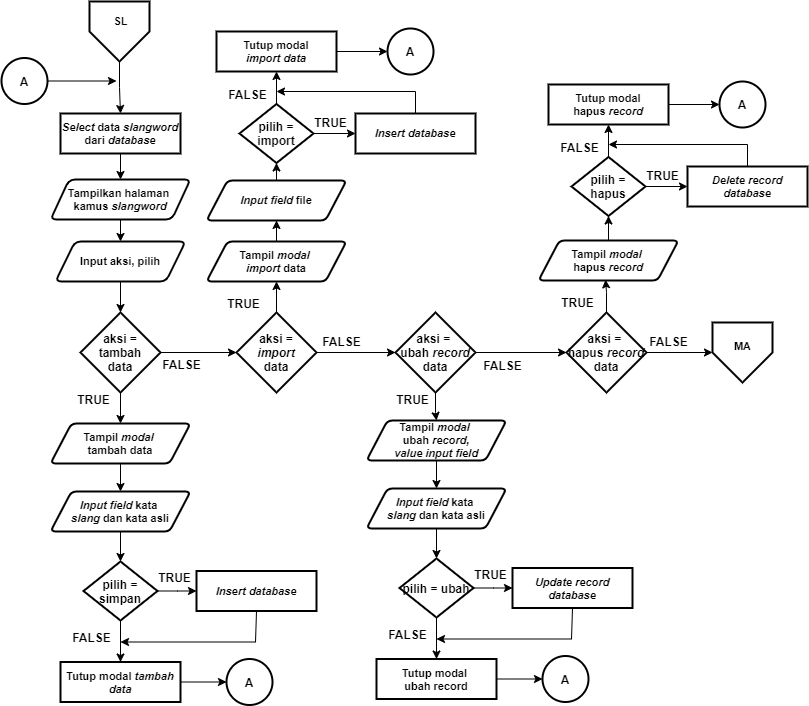
Earlier version of the draw.io export Dokumen TA/Paper/Flowchart/M4. Flowchart menu slangword.png (muspriandi/TextMining-SentimentAnalysis). Source tidied: cells renumbered, new cells last; positions are measured from the earlier drawing's top-left corner, leaving out a move shared by most shapes.
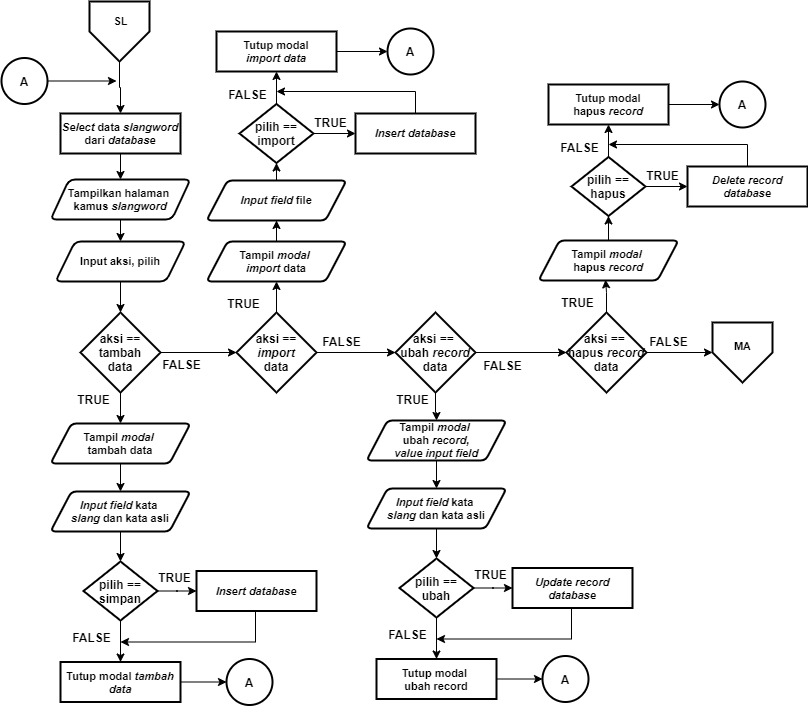
After the commit.

Change to the diagram source:
```diff
@@ -63,7 +63,7 @@
     <mxCell id="16" style="edgeStyle=orthogonalEdgeStyle;rounded=0;jettySize=auto;html=1;entryX=0;entryY=0.5;entryDx=0;entryDy=0;" parent="1" edge="1" source="17" target="20">
       <mxGeometry relative="1" as="geometry" />
     </mxCell>
-    <mxCell id="17" value="&lt;b&gt;&lt;font style=&quot;font-size: 12px&quot;&gt;aksi = tambah&lt;br&gt;data&lt;/font&gt;&lt;/b&gt;" style="rhombus;whiteSpace=wrap;html=1;strokeWidth=2;" parent="1" vertex="1">
+    <mxCell id="17" value="&lt;b&gt;&lt;font style=&quot;font-size: 12px&quot;&gt;aksi == tambah&lt;br&gt;data&lt;/font&gt;&lt;/b&gt;" style="rhombus;whiteSpace=wrap;html=1;strokeWidth=2;" parent="1" vertex="1">
       <mxGeometry x="79" y="311" width="80" height="80" as="geometry" />
     </mxCell>
     <mxCell id="18" style="edgeStyle=orthogonalEdgeStyle;rounded=0;jettySize=auto;html=1;entryX=0.5;entryY=1;entryDx=0;entryDy=0;" parent="1" edge="1" source="20" target="46">
@@ -72,7 +72,7 @@
     <mxCell id="19" style="edgeStyle=orthogonalEdgeStyle;rounded=0;jettySize=auto;html=1;" parent="1" edge="1" source="20" target="23">
       <mxGeometry relative="1" as="geometry" />
     </mxCell>
-    <mxCell id="20" value="&lt;b&gt;&lt;font style=&quot;font-size: 12px&quot;&gt;aksi =&lt;br&gt;&lt;i&gt;import&lt;/i&gt;&lt;br&gt;data&lt;br&gt;&lt;/font&gt;&lt;/b&gt;" style="rhombus;whiteSpace=wrap;html=1;strokeWidth=2;" parent="1" vertex="1">
+    <mxCell id="20" value="&lt;b&gt;&lt;font style=&quot;font-size: 12px&quot;&gt;aksi ==&lt;br&gt;&lt;i&gt;import&lt;/i&gt;&lt;br&gt;data&lt;br&gt;&lt;/font&gt;&lt;/b&gt;" style="rhombus;whiteSpace=wrap;html=1;strokeWidth=2;" parent="1" vertex="1">
       <mxGeometry x="235" y="311" width="80" height="80" as="geometry" />
     </mxCell>
     <mxCell id="21" style="edgeStyle=orthogonalEdgeStyle;rounded=0;jettySize=auto;html=1;" parent="1" edge="1" source="23" target="26">
@@ -81,7 +81,7 @@
     <mxCell id="22" style="edgeStyle=orthogonalEdgeStyle;rounded=0;jettySize=auto;html=1;entryX=0.5;entryY=0;entryDx=0;entryDy=0;" parent="1" edge="1" source="23" target="69">
       <mxGeometry relative="1" as="geometry" />
     </mxCell>
-    <mxCell id="23" value="&lt;b&gt;&lt;font style=&quot;font-size: 12px&quot;&gt;aksi = &lt;br&gt;ubah &lt;i&gt;record&lt;/i&gt;&lt;br&gt;data&lt;br&gt;&lt;/font&gt;&lt;/b&gt;" style="rhombus;whiteSpace=wrap;html=1;strokeWidth=2;" parent="1" vertex="1">
+    <mxCell id="23" value="&lt;b&gt;&lt;font style=&quot;font-size: 12px&quot;&gt;aksi == &lt;br&gt;ubah &lt;i&gt;record&lt;/i&gt;&lt;br&gt;data&lt;br&gt;&lt;/font&gt;&lt;/b&gt;" style="rhombus;whiteSpace=wrap;html=1;strokeWidth=2;" parent="1" vertex="1">
       <mxGeometry x="394" y="311" width="80" height="80" as="geometry" />
     </mxCell>
     <mxCell id="24" style="edgeStyle=orthogonalEdgeStyle;rounded=0;jettySize=auto;html=1;entryX=0;entryY=0.5;entryDx=0;entryDy=0;" parent="1" edge="1" source="26" target="11">
@@ -90,7 +90,7 @@
     <mxCell id="25" style="edgeStyle=orthogonalEdgeStyle;rounded=0;jettySize=auto;html=1;entryX=0.479;entryY=0.983;entryDx=0;entryDy=0;entryPerimeter=0;" parent="1" edge="1" source="26" target="78">
       <mxGeometry relative="1" as="geometry" />
     </mxCell>
-    <mxCell id="26" value="&lt;b&gt;&lt;font style=&quot;font-size: 12px&quot;&gt;aksi = &lt;br&gt;hapus &lt;i&gt;record&lt;/i&gt;&lt;br&gt;data&lt;br&gt;&lt;/font&gt;&lt;/b&gt;" style="rhombus;whiteSpace=wrap;html=1;strokeWidth=2;" parent="1" vertex="1">
+    <mxCell id="26" value="&lt;b&gt;&lt;font style=&quot;font-size: 12px&quot;&gt;aksi == &lt;br&gt;hapus &lt;i&gt;record&lt;/i&gt;&lt;br&gt;data&lt;br&gt;&lt;/font&gt;&lt;/b&gt;" style="rhombus;whiteSpace=wrap;html=1;strokeWidth=2;" parent="1" vertex="1">
       <mxGeometry x="565" y="311" width="80" height="80" as="geometry" />
     </mxCell>
     <mxCell id="27" style="edgeStyle=orthogonalEdgeStyle;rounded=0;jettySize=auto;html=1;exitX=0.5;exitY=1;exitDx=0;exitDy=0;" parent="1" edge="1" source="28">
@@ -116,7 +116,7 @@
     <mxCell id="32" style="edgeStyle=orthogonalEdgeStyle;rounded=0;jettySize=auto;html=1;entryX=0.5;entryY=0;entryDx=0;entryDy=0;" parent="1" edge="1" source="33" target="39">
       <mxGeometry relative="1" as="geometry" />
     </mxCell>
-    <mxCell id="33" value="&lt;b&gt;&lt;font style=&quot;font-size: 12px&quot;&gt;pilih = simpan&lt;/font&gt;&lt;/b&gt;" style="rhombus;whiteSpace=wrap;html=1;strokeWidth=2;" parent="1" vertex="1">
+    <mxCell id="33" value="&lt;b&gt;&lt;font style=&quot;font-size: 12px&quot;&gt;pilih == simpan&lt;/font&gt;&lt;/b&gt;" style="rhombus;whiteSpace=wrap;html=1;strokeWidth=2;" parent="1" vertex="1">
       <mxGeometry x="82" y="560" width="74" height="59" as="geometry" />
     </mxCell>
     <mxCell id="34" style="edgeStyle=orthogonalEdgeStyle;rounded=0;jettySize=auto;html=1;" parent="1" edge="1" source="35">
@@ -172,7 +172,7 @@
     <mxCell id="50" style="edgeStyle=orthogonalEdgeStyle;rounded=0;jettySize=auto;html=1;entryX=0.5;entryY=1;entryDx=0;entryDy=0;" parent="1" edge="1" source="51" target="55">
       <mxGeometry relative="1" as="geometry" />
     </mxCell>
-    <mxCell id="51" value="&lt;b&gt;&lt;font style=&quot;font-size: 12px&quot;&gt;pilih = import&lt;/font&gt;&lt;/b&gt;" style="rhombus;whiteSpace=wrap;html=1;strokeWidth=2;" parent="1" vertex="1">
+    <mxCell id="51" value="&lt;b&gt;&lt;font style=&quot;font-size: 12px&quot;&gt;pilih == import&lt;/font&gt;&lt;/b&gt;" style="rhombus;whiteSpace=wrap;html=1;strokeWidth=2;" parent="1" vertex="1">
       <mxGeometry x="238" y="102.5" width="74" height="59" as="geometry" />
     </mxCell>
     <mxCell id="52" style="edgeStyle=orthogonalEdgeStyle;rounded=0;jettySize=auto;html=1;" parent="1" edge="1" source="53">
@@ -231,7 +231,7 @@
     <mxCell id="66" style="edgeStyle=orthogonalEdgeStyle;rounded=0;jettySize=auto;html=1;entryX=0.5;entryY=0;entryDx=0;entryDy=0;" parent="1" edge="1" source="67" target="71">
       <mxGeometry relative="1" as="geometry" />
     </mxCell>
-    <mxCell id="67" value="&lt;b&gt;&lt;font style=&quot;font-size: 12px&quot;&gt;pilih = ubah&lt;/font&gt;&lt;/b&gt;" style="rhombus;whiteSpace=wrap;html=1;strokeWidth=2;" parent="1" vertex="1">
+    <mxCell id="67" value="&lt;b&gt;&lt;font style=&quot;font-size: 12px&quot;&gt;pilih == ubah&lt;/font&gt;&lt;/b&gt;" style="rhombus;whiteSpace=wrap;html=1;strokeWidth=2;" parent="1" vertex="1">
       <mxGeometry x="398" y="557" width="74" height="59" as="geometry" />
     </mxCell>
     <mxCell id="68" style="edgeStyle=orthogonalEdgeStyle;rounded=0;jettySize=auto;html=1;entryX=0.5;entryY=0;entryDx=0;entryDy=0;" parent="1" edge="1" source="69" target="64">
@@ -273,7 +273,7 @@
     <mxCell id="80" style="edgeStyle=orthogonalEdgeStyle;rounded=0;jettySize=auto;html=1;entryX=0.5;entryY=1;entryDx=0;entryDy=0;" parent="1" edge="1" source="81" target="85">
       <mxGeometry relative="1" as="geometry" />
     </mxCell>
-    <mxCell id="81" value="&lt;b&gt;&lt;font style=&quot;font-size: 12px&quot;&gt;pilih = hapus&lt;/font&gt;&lt;/b&gt;" style="rhombus;whiteSpace=wrap;html=1;strokeWidth=2;" parent="1" vertex="1">
+    <mxCell id="81" value="&lt;b&gt;&lt;font style=&quot;font-size: 12px&quot;&gt;pilih == hapus&lt;/font&gt;&lt;/b&gt;" style="rhombus;whiteSpace=wrap;html=1;strokeWidth=2;" parent="1" vertex="1">
       <mxGeometry x="570" y="155.5" width="74" height="59" as="geometry" />
     </mxCell>
     <mxCell id="82" style="edgeStyle=orthogonalEdgeStyle;rounded=0;jettySize=auto;html=1;" parent="1" edge="1" source="83">
```
